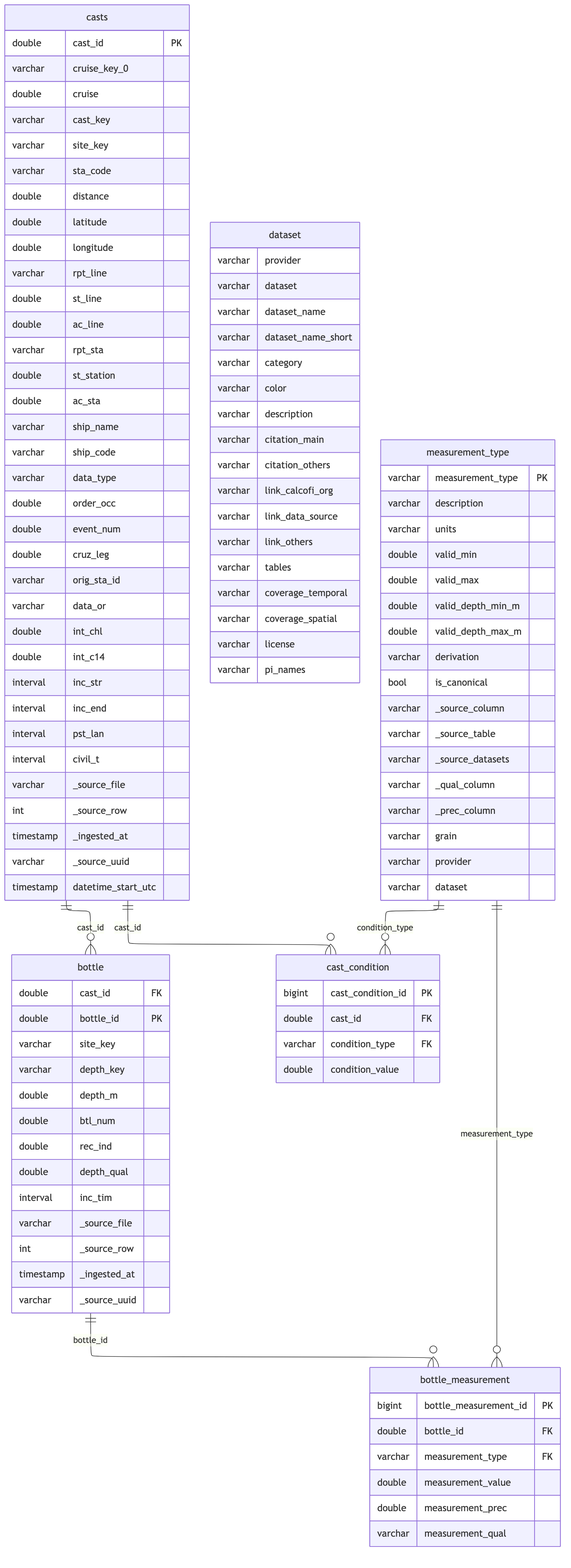
The Mermaid diagram _output/ingest_calcofi_bottle_files/figure-html/erd_fk-1.png in CalCOFI/workflows, before a commit. Its source is kept beside it as _output/ingest_calcofi_bottle_files/figure-html/erd_fk-1.mmd.
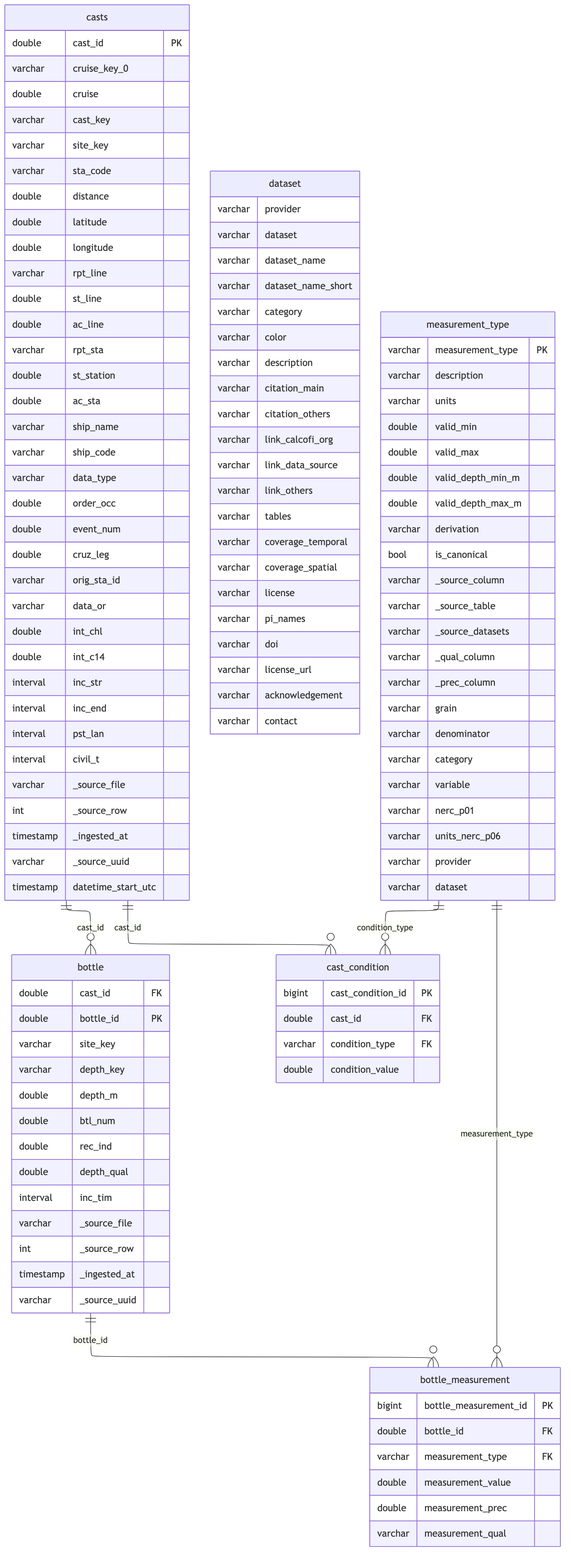
The same diagram one commit later.

The edit, as a diff of the source:
```diff
@@ -86,6 +86,10 @@
         varchar coverage_spatial
         varchar license
         varchar pi_names
+        varchar doi
+        varchar license_url
+        varchar acknowledgement
+        varchar contact
     }
     measurement_type {
         varchar measurement_type PK
@@ -103,6 +107,11 @@
         varchar _qual_column
         varchar _prec_column
         varchar grain
+        varchar denominator
+        varchar category
+        varchar variable
+        varchar nerc_p01
+        varchar units_nerc_p06
         varchar provider
         varchar dataset
     }
```
